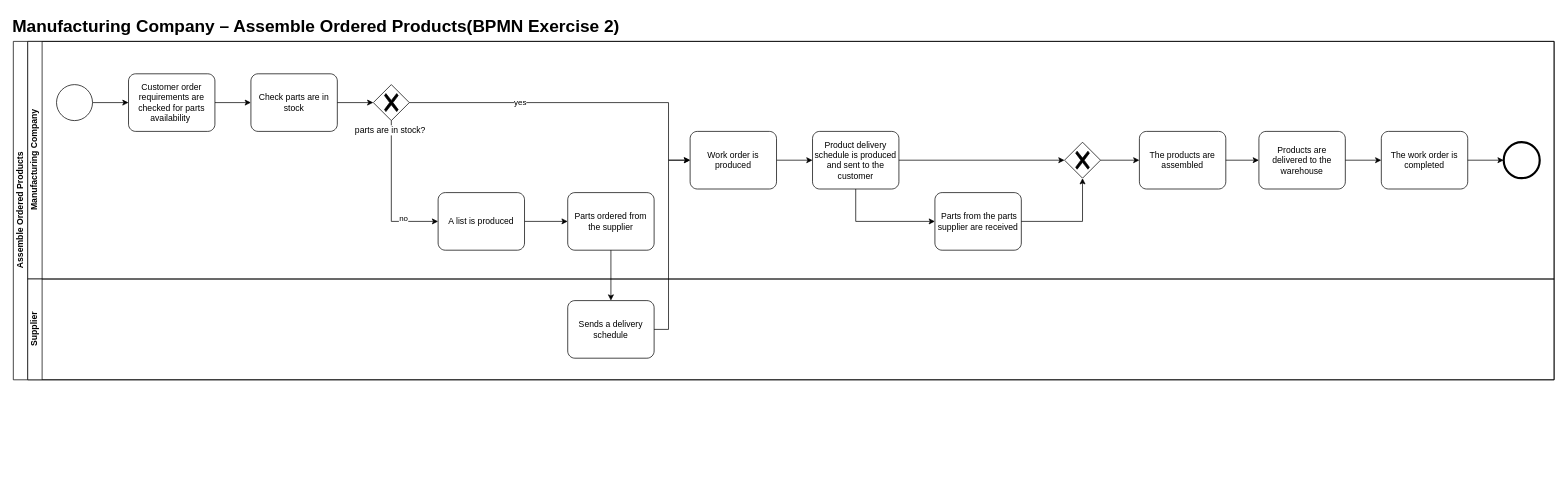
This is others/BPMN2.drawio from cky008/note-nuist, a draw.io file, before an edit. Source tidied: cells renumbered, new cells numbered last; positions are measured from the earlier drawing's top-left corner, leaving out a move shared by most shapes. Both pictures are drawn from the tidied source at 72%, with x=0, y=0 at pixel (13, 12).
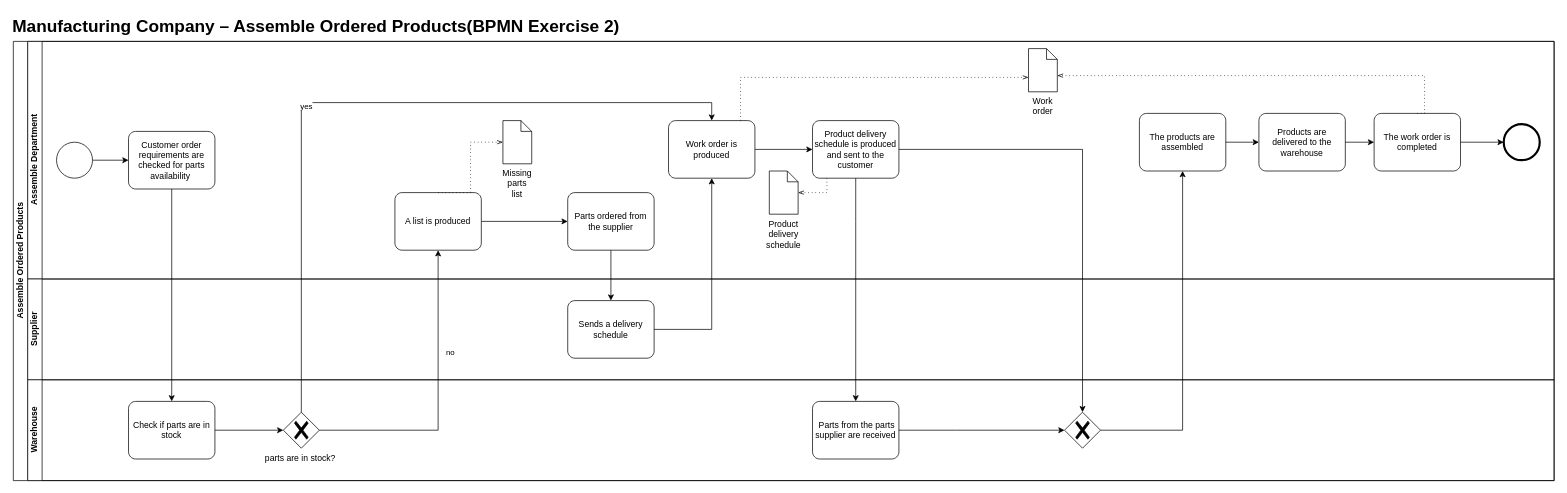
Above is the later version.

The edit, as a diff of the source:
```diff
@@
     <mxCell id="2" value="Assemble Ordered Products" style="swimlane;html=1;horizontal=0;startSize=20;" parent="1" vertex="1">
-      <mxGeometry y="40" width="2140" height="470" as="geometry" />
+      <mxGeometry y="40" width="2140" height="610" as="geometry" />
     </mxCell>
-    <mxCell id="3" value="Manufacturing Company" style="swimlane;html=1;startSize=20;horizontal=0;" parent="2" vertex="1">
+    <mxCell id="3" value="Assemble Department" style="swimlane;html=1;startSize=20;horizontal=0;" parent="2" vertex="1">
       <mxGeometry x="20" width="2120" height="330" as="geometry" />
     </mxCell>
-    <mxCell id="4" style="edgeStyle=orthogonalEdgeStyle;rounded=0;jettySize=auto;html=1;" parent="3" edge="1" source="5" target="8">
-      <mxGeometry relative="1" as="geometry" />
-    </mxCell>
     <mxCell id="5" value="Customer order requirements are checked for parts availability " style="points=[[0.25,0,0],[0.5,0,0],[0.75,0,0],[1,0.25,0],[1,0.5,0],[1,0.75,0],[0.75,1,0],[0.5,1,0],[0.25,1,0],[0,0.75,0],[0,0.5,0],[0,0.25,0]];shape=mxgraph.bpmn.task;whiteSpace=wrap;rectStyle=rounded;size=10;taskMarker=abstract;" parent="3" vertex="1">
-      <mxGeometry x="140" y="45" width="120" height="80" as="geometry" />
+      <mxGeometry x="140" y="125" width="120" height="80" as="geometry" />
     </mxCell>
@@
     <mxCell id="7" style="points=[[0.145,0.145,0],[0.5,0,0],[0.855,0.145,0],[1,0.5,0],[0.855,0.855,0],[0.5,1,0],[0.145,0.855,0],[0,0.5,0]];shape=mxgraph.bpmn.event;html=1;verticalLabelPosition=bottom;labelBackgroundColor=#ffffff;verticalAlign=top;align=center;perimeter=ellipsePerimeter;outlineConnect=0;outline=standard;symbol=general;" parent="3" vertex="1">
-      <mxGeometry x="40" y="60" width="50" height="50" as="geometry" />
+      <mxGeometry x="40" y="140" width="50" height="50" as="geometry" />
     </mxCell>
-    <mxCell id="8" value="Check parts are in stock" style="points=[[0.25,0,0],[0.5,0,0],[0.75,0,0],[1,0.25,0],[1,0.5,0],[1,0.75,0],[0.75,1,0],[0.5,1,0],[0.25,1,0],[0,0.75,0],[0,0.5,0],[0,0.25,0]];shape=mxgraph.bpmn.task;whiteSpace=wrap;rectStyle=rounded;size=10;taskMarker=abstract;" parent="3" vertex="1">
-      <mxGeometry x="310" y="45" width="120" height="80" as="geometry" />
-    </mxCell>
@@
     <mxCell id="10" value="A list is produced" style="points=[[0.25,0,0],[0.5,0,0],[0.75,0,0],[1,0.25,0],[1,0.5,0],[1,0.75,0],[0.75,1,0],[0.5,1,0],[0.25,1,0],[0,0.75,0],[0,0.5,0],[0,0.25,0]];shape=mxgraph.bpmn.task;whiteSpace=wrap;rectStyle=rounded;size=10;taskMarker=abstract;" parent="3" vertex="1">
-      <mxGeometry x="570" y="210" width="120" height="80" as="geometry" />
+      <mxGeometry x="510" y="210" width="120" height="80" as="geometry" />
     </mxCell>
@@
     <mxCell id="13" value="Work order is produced" style="points=[[0.25,0,0],[0.5,0,0],[0.75,0,0],[1,0.25,0],[1,0.5,0],[1,0.75,0],[0.75,1,0],[0.5,1,0],[0.25,1,0],[0,0.75,0],[0,0.5,0],[0,0.25,0]];shape=mxgraph.bpmn.task;whiteSpace=wrap;rectStyle=rounded;size=10;taskMarker=abstract;" parent="3" vertex="1">
-      <mxGeometry x="920" y="125" width="120" height="80" as="geometry" />
+      <mxGeometry x="890" y="110" width="120" height="80" as="geometry" />
     </mxCell>
-    <mxCell id="14" style="edgeStyle=orthogonalEdgeStyle;rounded=0;jettySize=auto;html=1;" parent="3" edge="1" source="15" target="16">
-      <mxGeometry relative="1" as="geometry">
-        <Array as="points">
-          <mxPoint x="1150" y="250" />
-        </Array>
-      </mxGeometry>
-    </mxCell>
     <mxCell id="15" value="Product delivery schedule is produced and sent to the customer" style="points=[[0.25,0,0],[0.5,0,0],[0.75,0,0],[1,0.25,0],[1,0.5,0],[1,0.75,0],[0.75,1,0],[0.5,1,0],[0.25,1,0],[0,0.75,0],[0,0.5,0],[0,0.25,0]];shape=mxgraph.bpmn.task;whiteSpace=wrap;rectStyle=rounded;size=10;taskMarker=abstract;" parent="3" vertex="1">
-      <mxGeometry x="1090" y="125" width="120" height="80" as="geometry" />
+      <mxGeometry x="1090" y="110" width="120" height="80" as="geometry" />
     </mxCell>
-    <mxCell id="16" value=" Parts from the parts supplier are received" style="points=[[0.25,0,0],[0.5,0,0],[0.75,0,0],[1,0.25,0],[1,0.5,0],[1,0.75,0],[0.75,1,0],[0.5,1,0],[0.25,1,0],[0,0.75,0],[0,0.5,0],[0,0.25,0]];shape=mxgraph.bpmn.task;whiteSpace=wrap;rectStyle=rounded;size=10;taskMarker=abstract;" parent="3" vertex="1">
-      <mxGeometry x="1260" y="210" width="120" height="80" as="geometry" />
-    </mxCell>
     <mxCell id="17" value="The products are assembled" style="points=[[0.25,0,0],[0.5,0,0],[0.75,0,0],[1,0.25,0],[1,0.5,0],[1,0.75,0],[0.75,1,0],[0.5,1,0],[0.25,1,0],[0,0.75,0],[0,0.5,0],[0,0.25,0]];shape=mxgraph.bpmn.task;whiteSpace=wrap;rectStyle=rounded;size=10;taskMarker=abstract;" parent="3" vertex="1">
-      <mxGeometry x="1544" y="125" width="120" height="80" as="geometry" />
+      <mxGeometry x="1544" y="100" width="120" height="80" as="geometry" />
     </mxCell>
-    <mxCell id="18" style="points=[[0.25,0.25,0],[0.5,0,0],[0.75,0.25,0],[1,0.5,0],[0.75,0.75,0],[0.5,1,0],[0.25,0.75,0],[0,0.5,0]];shape=mxgraph.bpmn.gateway2;html=1;verticalLabelPosition=bottom;labelBackgroundColor=#ffffff;verticalAlign=top;align=center;perimeter=rhombusPerimeter;outlineConnect=0;outline=none;symbol=none;gwType=exclusive;" parent="3" vertex="1">
-      <mxGeometry x="1440" y="140" width="50" height="50" as="geometry" />
-    </mxCell>
-    <mxCell id="19" style="edgeStyle=orthogonalEdgeStyle;rounded=0;jettySize=auto;html=1;" parent="3" edge="1" source="15" target="18">
-      <mxGeometry relative="1" as="geometry" />
-    </mxCell>
-    <mxCell id="20" style="edgeStyle=orthogonalEdgeStyle;rounded=0;jettySize=auto;html=1;entryX=0.5;entryY=1;entryDx=0;entryDy=0;entryPerimeter=0;" parent="3" edge="1" source="16" target="18">
-      <mxGeometry relative="1" as="geometry" />
-    </mxCell>
-    <mxCell id="21" style="edgeStyle=orthogonalEdgeStyle;rounded=0;jettySize=auto;html=1;" parent="3" edge="1" source="18" target="17">
-      <mxGeometry relative="1" as="geometry" />
-    </mxCell>
+    <mxCell id="24" value="The work order is completed" style="points=[[0.25,0,0],[0.5,0,0],[0.75,0,0],[1,0.25,0],[1,0.5,0],[1,0.75,0],[0.75,1,0],[0.5,1,0],[0.25,1,0],[0,0.75,0],[0,0.5,0],[0,0.25,0]];shape=mxgraph.bpmn.task;whiteSpace=wrap;rectStyle=rounded;size=10;taskMarker=abstract;" parent="3" vertex="1">
+      <mxGeometry x="1870" y="100" width="120" height="80" as="geometry" />
+    </mxCell>
+    <mxCell id="26" style="points=[[0.145,0.145,0],[0.5,0,0],[0.855,0.145,0],[1,0.5,0],[0.855,0.855,0],[0.5,1,0],[0.145,0.855,0],[0,0.5,0]];shape=mxgraph.bpmn.event;html=1;verticalLabelPosition=bottom;labelBackgroundColor=#ffffff;verticalAlign=top;align=center;perimeter=ellipsePerimeter;outlineConnect=0;outline=end;symbol=terminate2;" parent="3" vertex="1">
+      <mxGeometry x="2050" y="115" width="50" height="50" as="geometry" />
+    </mxCell>
+    <mxCell id="27" style="edgeStyle=orthogonalEdgeStyle;rounded=0;jettySize=auto;html=1;" parent="3" edge="1" source="24" target="26">
+      <mxGeometry relative="1" as="geometry" />
+    </mxCell>
+    <mxCell id="39" value="Missing parts list" style="shape=mxgraph.bpmn.data;labelPosition=center;verticalLabelPosition=bottom;align=center;verticalAlign=top;whiteSpace=wrap;size=15;html=1;" parent="3" vertex="1">
+      <mxGeometry x="660" y="110" width="40" height="60" as="geometry" />
+    </mxCell>
+    <mxCell id="40" style="edgeStyle=elbowEdgeStyle;fontSize=12;html=1;endFill=0;startFill=0;endSize=6;startSize=6;dashed=1;dashPattern=1 4;endArrow=openThin;startArrow=none;rounded=0;exitX=0.5;exitY=0;exitDx=0;exitDy=0;exitPerimeter=0;entryX=0;entryY=0.5;entryDx=0;entryDy=0;entryPerimeter=0;" parent="3" edge="1" source="10" target="39">
+      <mxGeometry relative="1" as="geometry" />
+    </mxCell>
+    <mxCell id="41" value="Work order" style="shape=mxgraph.bpmn.data;labelPosition=center;verticalLabelPosition=bottom;align=center;verticalAlign=top;whiteSpace=wrap;size=15;html=1;" parent="3" vertex="1">
+      <mxGeometry x="1390" y="10" width="40" height="60" as="geometry" />
+    </mxCell>
+    <mxCell id="42" style="edgeStyle=elbowEdgeStyle;fontSize=12;html=1;endFill=0;startFill=0;endSize=6;startSize=6;dashed=1;dashPattern=1 4;endArrow=openThin;startArrow=none;rounded=0;" parent="3" edge="1" source="13" target="41">
+      <mxGeometry relative="1" as="geometry">
+        <Array as="points">
+          <mxPoint x="990" y="50" />
+        </Array>
+      </mxGeometry>
+    </mxCell>
+    <mxCell id="43" style="edgeStyle=elbowEdgeStyle;fontSize=12;html=1;endFill=0;startFill=0;endSize=6;startSize=6;dashed=1;dashPattern=1 4;endArrow=openThin;startArrow=none;rounded=0;entryX=0;entryY=0;entryDx=40;entryDy=37.5;entryPerimeter=0;exitX=0.5;exitY=0;exitDx=0;exitDy=0;exitPerimeter=0;" parent="3" edge="1" source="24" target="41">
+      <mxGeometry relative="1" as="geometry">
+        <Array as="points">
+          <mxPoint x="1940" y="80" />
+        </Array>
+      </mxGeometry>
+    </mxCell>
+    <mxCell id="44" value="Product delivery schedule" style="shape=mxgraph.bpmn.data;labelPosition=center;verticalLabelPosition=bottom;align=center;verticalAlign=top;whiteSpace=wrap;size=15;html=1;" parent="3" vertex="1">
+      <mxGeometry x="1030" y="180" width="40" height="60" as="geometry" />
+    </mxCell>
+    <mxCell id="45" style="edgeStyle=elbowEdgeStyle;fontSize=12;html=1;endFill=0;startFill=0;endSize=6;startSize=6;dashed=1;dashPattern=1 4;endArrow=openThin;startArrow=none;rounded=0;" parent="3" edge="1" source="15" target="44">
+      <mxGeometry relative="1" as="geometry">
+        <Array as="points">
+          <mxPoint x="1110" y="210" />
+          <mxPoint x="1150" y="85" />
+        </Array>
+      </mxGeometry>
+    </mxCell>
     <mxCell id="22" value="Products are delivered to the warehouse" style="points=[[0.25,0,0],[0.5,0,0],[0.75,0,0],[1,0.25,0],[1,0.5,0],[1,0.75,0],[0.75,1,0],[0.5,1,0],[0.25,1,0],[0,0.75,0],[0,0.5,0],[0,0.25,0]];shape=mxgraph.bpmn.task;whiteSpace=wrap;rectStyle=rounded;size=10;taskMarker=abstract;" parent="3" vertex="1">
-      <mxGeometry x="1710" y="125" width="120" height="80" as="geometry" />
+      <mxGeometry x="1710" y="100" width="120" height="80" as="geometry" />
     </mxCell>
@@
-    <mxCell id="24" value="The work order is completed" style="points=[[0.25,0,0],[0.5,0,0],[0.75,0,0],[1,0.25,0],[1,0.5,0],[1,0.75,0],[0.75,1,0],[0.5,1,0],[0.25,1,0],[0,0.75,0],[0,0.5,0],[0,0.25,0]];shape=mxgraph.bpmn.task;whiteSpace=wrap;rectStyle=rounded;size=10;taskMarker=abstract;" parent="3" vertex="1">
-      <mxGeometry x="1880" y="125" width="120" height="80" as="geometry" />
-    </mxCell>
@@
-    <mxCell id="26" style="points=[[0.145,0.145,0],[0.5,0,0],[0.855,0.145,0],[1,0.5,0],[0.855,0.855,0],[0.5,1,0],[0.145,0.855,0],[0,0.5,0]];shape=mxgraph.bpmn.event;html=1;verticalLabelPosition=bottom;labelBackgroundColor=#ffffff;verticalAlign=top;align=center;perimeter=ellipsePerimeter;outlineConnect=0;outline=end;symbol=terminate2;" parent="3" vertex="1">
-      <mxGeometry x="2050" y="140" width="50" height="50" as="geometry" />
-    </mxCell>
-    <mxCell id="27" style="edgeStyle=orthogonalEdgeStyle;rounded=0;jettySize=auto;html=1;" parent="3" edge="1" source="24" target="26">
-      <mxGeometry relative="1" as="geometry" />
-    </mxCell>
+    <mxCell id="46" value="Supplier" style="swimlane;html=1;startSize=20;horizontal=0;" parent="2" vertex="1">
+      <mxGeometry x="20" y="330" width="2120" height="140" as="geometry" />
+    </mxCell>
+    <mxCell id="29" value="Sends a delivery schedule" style="points=[[0.25,0,0],[0.5,0,0],[0.75,0,0],[1,0.25,0],[1,0.5,0],[1,0.75,0],[0.75,1,0],[0.5,1,0],[0.25,1,0],[0,0.75,0],[0,0.5,0],[0,0.25,0]];shape=mxgraph.bpmn.task;whiteSpace=wrap;rectStyle=rounded;size=10;taskMarker=abstract;" parent="46" vertex="1">
+      <mxGeometry x="750" y="30" width="120" height="80" as="geometry" />
+    </mxCell>
-    <mxCell id="28" value="Supplier" style="swimlane;html=1;startSize=20;horizontal=0;" parent="2" vertex="1">
-      <mxGeometry x="20" y="330" width="2120" height="140" as="geometry" />
+    <mxCell id="28" value="Warehouse" style="swimlane;html=1;startSize=20;horizontal=0;" parent="2" vertex="1">
+      <mxGeometry x="20" y="470" width="2120" height="140" as="geometry" />
     </mxCell>
-    <mxCell id="29" value="Sends a delivery schedule" style="points=[[0.25,0,0],[0.5,0,0],[0.75,0,0],[1,0.25,0],[1,0.5,0],[1,0.75,0],[0.75,1,0],[0.5,1,0],[0.25,1,0],[0,0.75,0],[0,0.5,0],[0,0.25,0]];shape=mxgraph.bpmn.task;whiteSpace=wrap;rectStyle=rounded;size=10;taskMarker=abstract;" parent="28" vertex="1">
-      <mxGeometry x="750" y="30" width="120" height="80" as="geometry" />
-    </mxCell>
+    <mxCell id="8" value="Check if parts are in stock" style="points=[[0.25,0,0],[0.5,0,0],[0.75,0,0],[1,0.25,0],[1,0.5,0],[1,0.75,0],[0.75,1,0],[0.5,1,0],[0.25,1,0],[0,0.75,0],[0,0.5,0],[0,0.25,0]];shape=mxgraph.bpmn.task;whiteSpace=wrap;rectStyle=rounded;size=10;taskMarker=abstract;" parent="28" vertex="1">
+      <mxGeometry x="140" y="30" width="120" height="80" as="geometry" />
+    </mxCell>
+    <mxCell id="36" value="parts are in stock?&amp;nbsp;" style="points=[[0.25,0.25,0],[0.5,0,0],[0.75,0.25,0],[1,0.5,0],[0.75,0.75,0],[0.5,1,0],[0.25,0.75,0],[0,0.5,0]];shape=mxgraph.bpmn.gateway2;html=1;verticalLabelPosition=bottom;labelBackgroundColor=#ffffff;verticalAlign=top;align=center;perimeter=rhombusPerimeter;outlineConnect=0;outline=none;symbol=none;gwType=exclusive;" parent="28" vertex="1">
+      <mxGeometry x="355" y="45" width="50" height="50" as="geometry" />
+    </mxCell>
+    <mxCell id="37" style="edgeStyle=orthogonalEdgeStyle;rounded=0;jettySize=auto;html=1;" parent="28" edge="1" source="8" target="36">
+      <mxGeometry relative="1" as="geometry" />
+    </mxCell>
+    <mxCell id="18" style="points=[[0.25,0.25,0],[0.5,0,0],[0.75,0.25,0],[1,0.5,0],[0.75,0.75,0],[0.5,1,0],[0.25,0.75,0],[0,0.5,0]];shape=mxgraph.bpmn.gateway2;html=1;verticalLabelPosition=bottom;labelBackgroundColor=#ffffff;verticalAlign=top;align=center;perimeter=rhombusPerimeter;outlineConnect=0;outline=none;symbol=none;gwType=exclusive;" parent="28" vertex="1">
+      <mxGeometry x="1440" y="45" width="50" height="50" as="geometry" />
+    </mxCell>
+    <mxCell id="16" value=" Parts from the parts supplier are received" style="points=[[0.25,0,0],[0.5,0,0],[0.75,0,0],[1,0.25,0],[1,0.5,0],[1,0.75,0],[0.75,1,0],[0.5,1,0],[0.25,1,0],[0,0.75,0],[0,0.5,0],[0,0.25,0]];shape=mxgraph.bpmn.task;whiteSpace=wrap;rectStyle=rounded;size=10;taskMarker=abstract;" parent="28" vertex="1">
+      <mxGeometry x="1090" y="30" width="120" height="80" as="geometry" />
+    </mxCell>
+    <mxCell id="20" style="edgeStyle=orthogonalEdgeStyle;rounded=0;jettySize=auto;html=1;exitX=1;exitY=0.5;exitDx=0;exitDy=0;exitPerimeter=0;" parent="28" edge="1" source="16" target="18">
+      <mxGeometry relative="1" as="geometry">
+        <Array as="points">
+          <mxPoint x="1290" y="70" />
+          <mxPoint x="1290" y="70" />
+        </Array>
+      </mxGeometry>
+    </mxCell>
@@
-    <mxCell id="31" style="edgeStyle=orthogonalEdgeStyle;rounded=0;jettySize=auto;html=1;entryX=0;entryY=0.5;entryDx=0;entryDy=0;entryPerimeter=0;" parent="2" edge="1" source="29" target="13">
-      <mxGeometry relative="1" as="geometry">
-        <Array as="points">
-          <mxPoint x="910" y="400" />
-          <mxPoint x="910" y="165" />
-        </Array>
-      </mxGeometry>
+    <mxCell id="31" style="edgeStyle=orthogonalEdgeStyle;rounded=0;jettySize=auto;html=1;exitX=1;exitY=0.5;exitDx=0;exitDy=0;exitPerimeter=0;" parent="2" edge="1" source="29" target="13">
+      <mxGeometry relative="1" as="geometry" />
     </mxCell>
+    <mxCell id="4" style="edgeStyle=orthogonalEdgeStyle;rounded=0;jettySize=auto;html=1;" parent="2" edge="1" source="5" target="8">
+      <mxGeometry relative="1" as="geometry" />
+    </mxCell>
-    <mxCell id="32" style="edgeStyle=orthogonalEdgeStyle;rounded=0;jettySize=auto;html=1;entryX=0;entryY=0.5;entryDx=0;entryDy=0;entryPerimeter=0;" parent="1" edge="1" source="36" target="10">
-      <mxGeometry relative="1" as="geometry">
-        <Array as="points">
-          <mxPoint x="525" y="290" />
-        </Array>
-      </mxGeometry>
+    <mxCell id="32" style="edgeStyle=orthogonalEdgeStyle;rounded=0;jettySize=auto;html=1;" parent="2" edge="1" source="36" target="10">
+      <mxGeometry relative="1" as="geometry" />
     </mxCell>
@@
-    <mxCell id="34" style="edgeStyle=orthogonalEdgeStyle;rounded=0;jettySize=auto;html=1;entryX=0;entryY=0.5;entryDx=0;entryDy=0;entryPerimeter=0;" parent="1" edge="1" source="36" target="13">
+    <mxCell id="34" style="edgeStyle=orthogonalEdgeStyle;rounded=0;jettySize=auto;html=1;exitX=0.5;exitY=0;exitDx=0;exitDy=0;exitPerimeter=0;" parent="2" edge="1" source="36" target="13">
       <mxGeometry relative="1" as="geometry">
         <Array as="points">
-          <mxPoint x="910" y="125" />
-          <mxPoint x="910" y="205" />
+          <mxPoint x="400" y="85" />
         </Array>
       </mxGeometry>
     </mxCell>
     <mxCell id="35" value="yes" style="edgeLabel;html=1;align=center;verticalAlign=middle;" parent="34" vertex="1">
-      <mxGeometry x="-0.35" y="1" relative="1" as="geometry" />
+      <mxGeometry x="-0.15" y="-4" relative="1" as="geometry" />
     </mxCell>
-    <mxCell id="36" value="parts are in stock?&amp;nbsp;" style="points=[[0.25,0.25,0],[0.5,0,0],[0.75,0.25,0],[1,0.5,0],[0.75,0.75,0],[0.5,1,0],[0.25,0.75,0],[0,0.5,0]];shape=mxgraph.bpmn.gateway2;html=1;verticalLabelPosition=bottom;labelBackgroundColor=#ffffff;verticalAlign=top;align=center;perimeter=rhombusPerimeter;outlineConnect=0;outline=none;symbol=none;gwType=exclusive;" parent="1" vertex="1">
-      <mxGeometry x="500" y="100" width="50" height="50" as="geometry" />
-    </mxCell>
-    <mxCell id="37" style="edgeStyle=orthogonalEdgeStyle;rounded=0;jettySize=auto;html=1;" parent="1" edge="1" source="8" target="36">
-      <mxGeometry relative="1" as="geometry" />
-    </mxCell>
+    <mxCell id="19" style="edgeStyle=orthogonalEdgeStyle;rounded=0;jettySize=auto;html=1;" parent="2" edge="1" source="15" target="18">
+      <mxGeometry relative="1" as="geometry" />
+    </mxCell>
+    <mxCell id="21" style="edgeStyle=orthogonalEdgeStyle;rounded=0;jettySize=auto;html=1;" parent="2" edge="1" source="18" target="17">
+      <mxGeometry relative="1" as="geometry" />
+    </mxCell>
+    <mxCell id="14" style="edgeStyle=orthogonalEdgeStyle;rounded=0;jettySize=auto;html=1;" parent="2" edge="1" source="15" target="16">
+      <mxGeometry relative="1" as="geometry">
+        <Array as="points">
+          <mxPoint x="1170" y="250" />
+        </Array>
+      </mxGeometry>
+    </mxCell>
```
